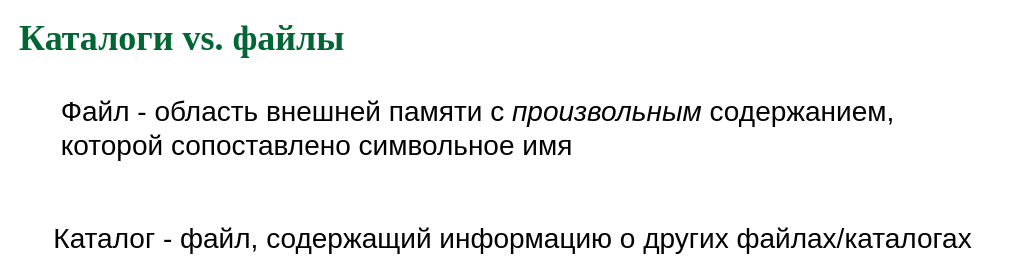
This is page "dirfi" (3 of 18) of slides/extsto.drawio from 77maxikov/os_course, a draw.io file, before an edit. Source tidied: cells renumbered, new cells numbered last; positions are measured from the earlier drawing's top-left corner, leaving out a move shared by most shapes. Both pictures are drawn from the tidied source at 100%, with x=0, y=0 at pixel (17, 28).
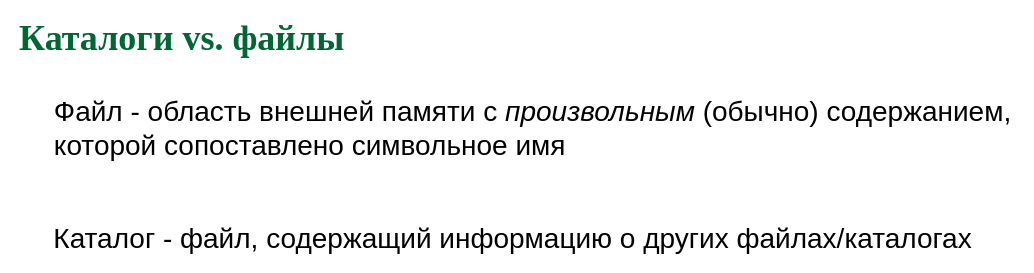
The same page after the edit.

The edit, as a diff of the source:
```diff
@@
 <mxGraphModel>
   <root>
     <mxCell id="0" />
     <mxCell id="1" parent="0" />
     <mxCell id="2" value="&lt;font color=&quot;#006633&quot; face=&quot;garamond&quot;&gt;&lt;span style=&quot;font-size: 36px&quot;&gt;&lt;b&gt;Каталоги vs. файлы&lt;/b&gt;&lt;/span&gt;&lt;/font&gt;" style="text;html=1;align=left;verticalAlign=middle;whiteSpace=wrap;rounded=0;" parent="1" vertex="1">
       <mxGeometry width="920" height="20" as="geometry" />
     </mxCell>
-    <mxCell id="3" value="&lt;font style=&quot;font-size: 28px&quot;&gt;Файл - область внешней памяти с &lt;i&gt;произвольным &lt;/i&gt;содержанием, &lt;br&gt;&lt;div style=&quot;text-align: left&quot;&gt;&lt;span&gt;которой сопоставлено символьное имя&lt;/span&gt;&lt;/div&gt;&lt;/font&gt;" style="text;html=1;align=center;verticalAlign=middle;" parent="1" vertex="1">
-      <mxGeometry x="35" y="80" width="850" height="40" as="geometry" />
+    <mxCell id="3" value="&lt;font style=&quot;font-size: 28px&quot;&gt;Файл - область внешней памяти с &lt;i&gt;произвольным &lt;/i&gt;(обычно)&amp;nbsp;содержанием, &lt;br&gt;&lt;div style=&quot;text-align: left&quot;&gt;&lt;span&gt;которой сопоставлено символьное имя&lt;/span&gt;&lt;/div&gt;&lt;/font&gt;" style="text;html=1;align=center;verticalAlign=middle;" parent="1" vertex="1">
+      <mxGeometry x="30" y="80" width="970" height="40" as="geometry" />
     </mxCell>
     <mxCell id="4" value="&lt;font style=&quot;font-size: 28px&quot;&gt;Каталог - файл, содержащий информацию о других файлах/каталогах&lt;/font&gt;" style="text;html=1;align=center;verticalAlign=middle;" parent="1" vertex="1">
       <mxGeometry x="30" y="200" width="930" height="20" as="geometry" />
     </mxCell>
   </root>
 </mxGraphModel>
```
